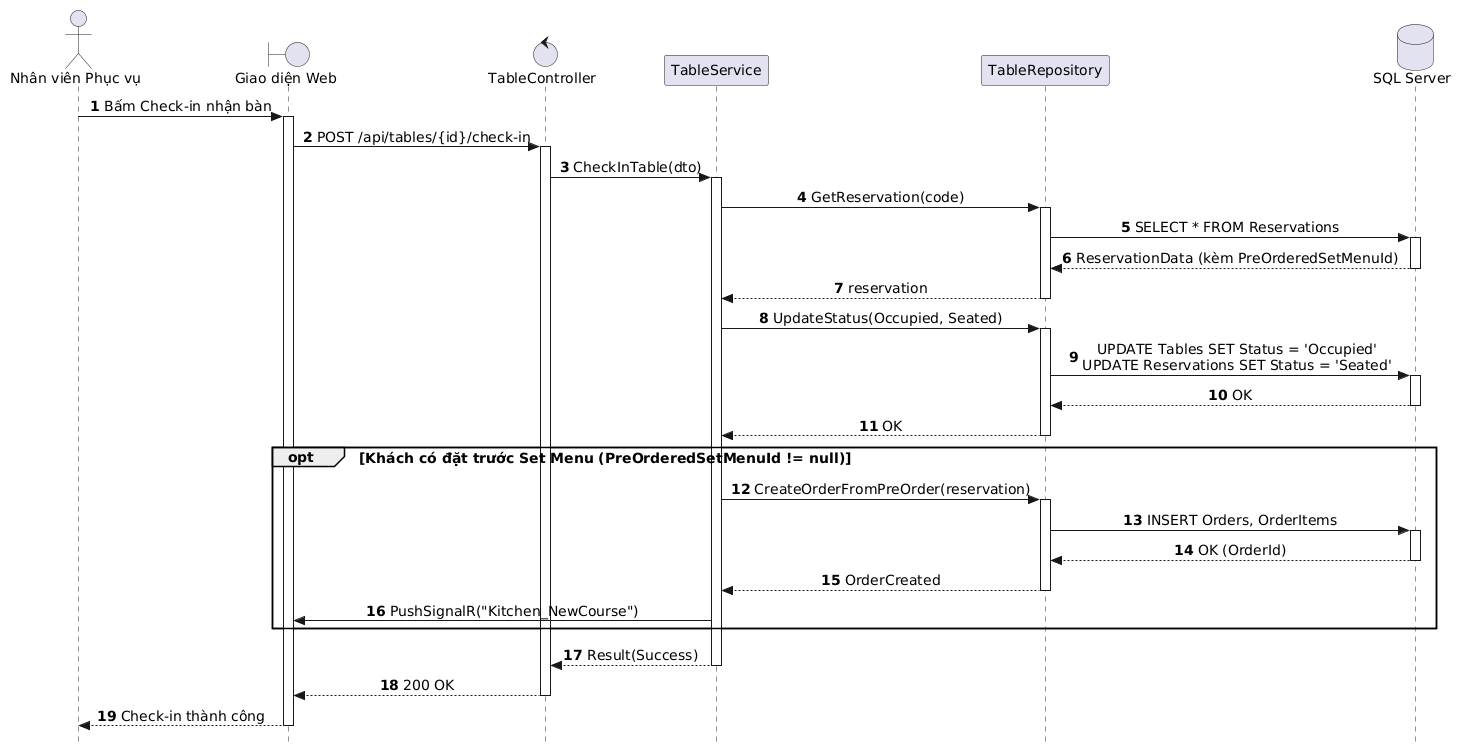
Earlier version of the PlantUML export out/docs/puml/sequences/SD_UC_E6_1_CheckIn_Reservation/SD_UC_E6_1_CheckIn_Reservation.png (AndrewQng/VinDining). Source of this version:
```plantuml
@startuml
autonumber
skinparam style strictuml
skinparam sequenceMessageAlign center
skinparam responseMessageBelowArrow true
skinparam defaultFontName "Segoe UI", Arial, sans-serif
skinparam defaultFontSize 14

actor "Nhân viên Phục vụ" as Waitstaff
boundary "Giao diện Web" as UI
control "TableController" as Controller
participant "TableService" as Service
participant "TableRepository" as Repo
database "SQL Server" as DB

Waitstaff -> UI: Bấm Check-in nhận bàn
activate UI

UI -> Controller: POST /api/tables/{id}/check-in
activate Controller

Controller -> Service: CheckInTable(dto)
activate Service

Service -> Repo: GetReservation(code)
activate Repo

Repo -> DB: SELECT * FROM Reservations
activate DB
DB --> Repo: ReservationData (kèm PreOrderedSetMenuId)
deactivate DB

Repo --> Service: reservation
deactivate Repo

Service -> Repo: UpdateStatus(Occupied, Seated)
activate Repo

Repo -> DB: UPDATE Tables SET Status = 'Occupied'\nUPDATE Reservations SET Status = 'Seated'
activate DB
DB --> Repo: OK
deactivate DB

Repo --> Service: OK
deactivate Repo

opt Khách có đặt trước Set Menu (PreOrderedSetMenuId != null)
    Service -> Repo: CreateOrderFromPreOrder(reservation)
    activate Repo
    Repo -> DB: INSERT Orders, OrderItems
    activate DB
    DB --> Repo: OK (OrderId)
    deactivate DB
    Repo --> Service: OrderCreated
    deactivate Repo

    Service -> UI: PushSignalR("Kitchen_NewCourse")
end

Service --> Controller: Result(Success)
deactivate Service

Controller --> UI: 200 OK
deactivate Controller

UI --> Waitstaff: Check-in thành công
deactivate UI
@enduml
```
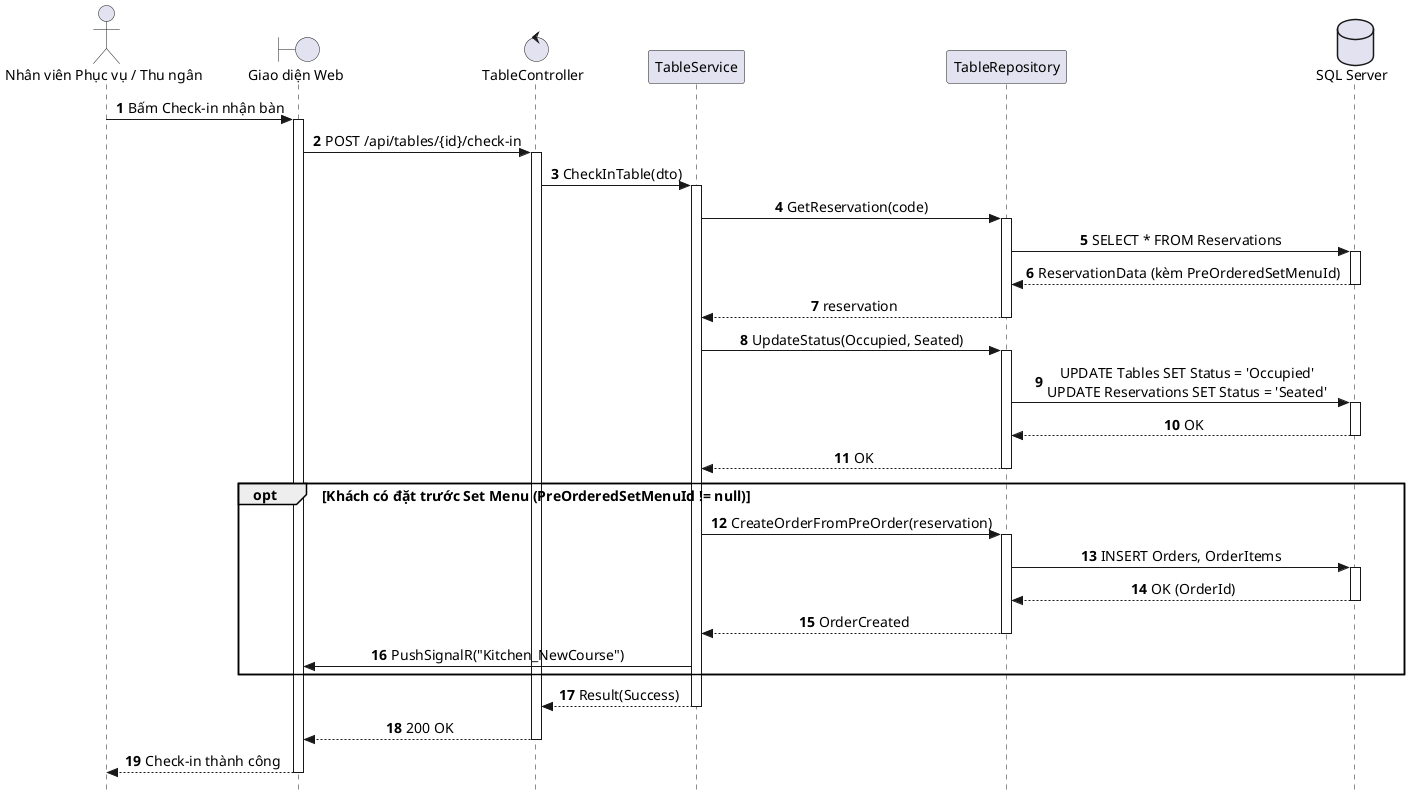
After the change.

Change to the diagram source:
```diff
@@ -1,4 +1,4 @@
-@startuml
+@startuml SD_UC_E6_1_CheckIn_Reservation
 autonumber
 skinparam style strictuml
 skinparam sequenceMessageAlign center
@@ -6,14 +6,14 @@
 skinparam defaultFontName "Segoe UI", Arial, sans-serif
 skinparam defaultFontSize 14
 
-actor "Nhân viên Phục vụ" as Waitstaff
+actor "Nhân viên Phục vụ / Thu ngân" as Staff
 boundary "Giao diện Web" as UI
 control "TableController" as Controller
 participant "TableService" as Service
 participant "TableRepository" as Repo
 database "SQL Server" as DB
 
-Waitstaff -> UI: Bấm Check-in nhận bàn
+Staff -> UI: Bấm Check-in nhận bàn
 activate UI
 
 UI -> Controller: POST /api/tables/{id}/check-in
@@ -63,6 +63,7 @@
 Controller --> UI: 200 OK
 deactivate Controller
 
-UI --> Waitstaff: Check-in thành công
+UI --> Staff: Check-in thành công
 deactivate UI
+
 @enduml
```
